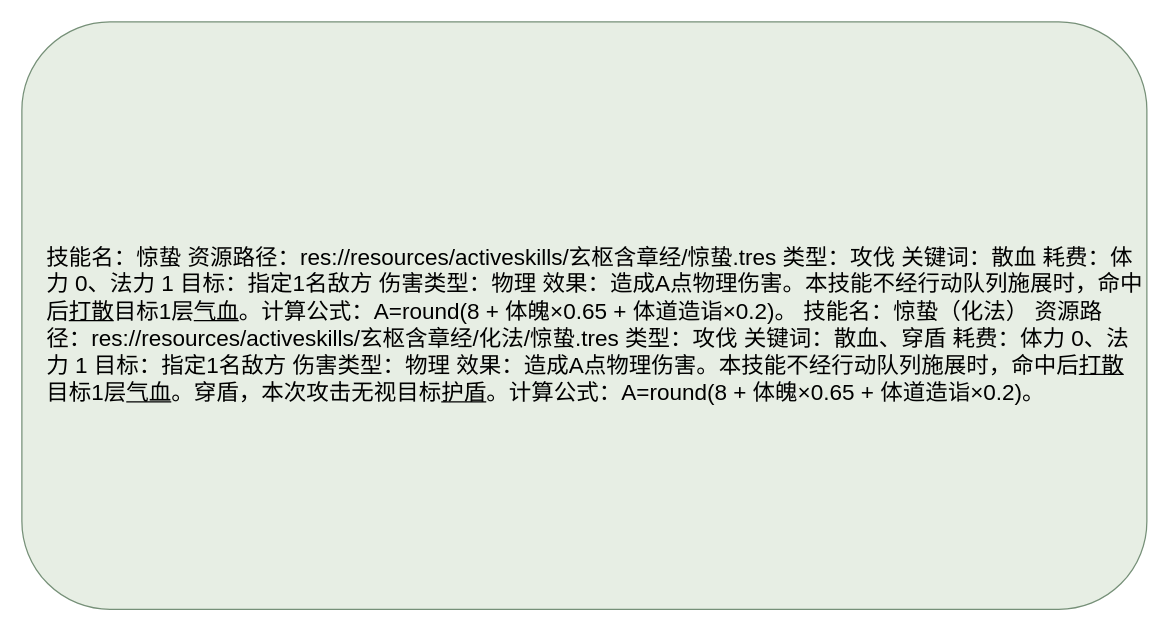
Earlier version of the draw.io diagram docs/卡牌词典/秘籍技能/玄枢含章经/惊蛰.drawio (ankundanetracyc-spec/tian-guan-you-du). Source tidied: cells renumbered, new cells numbered last; positions are measured from the earlier drawing's top-left corner, leaving out a move shared by most shapes. Both pictures are drawn from the tidied source at 125%, with x=0, y=0 at pixel (21, 21).
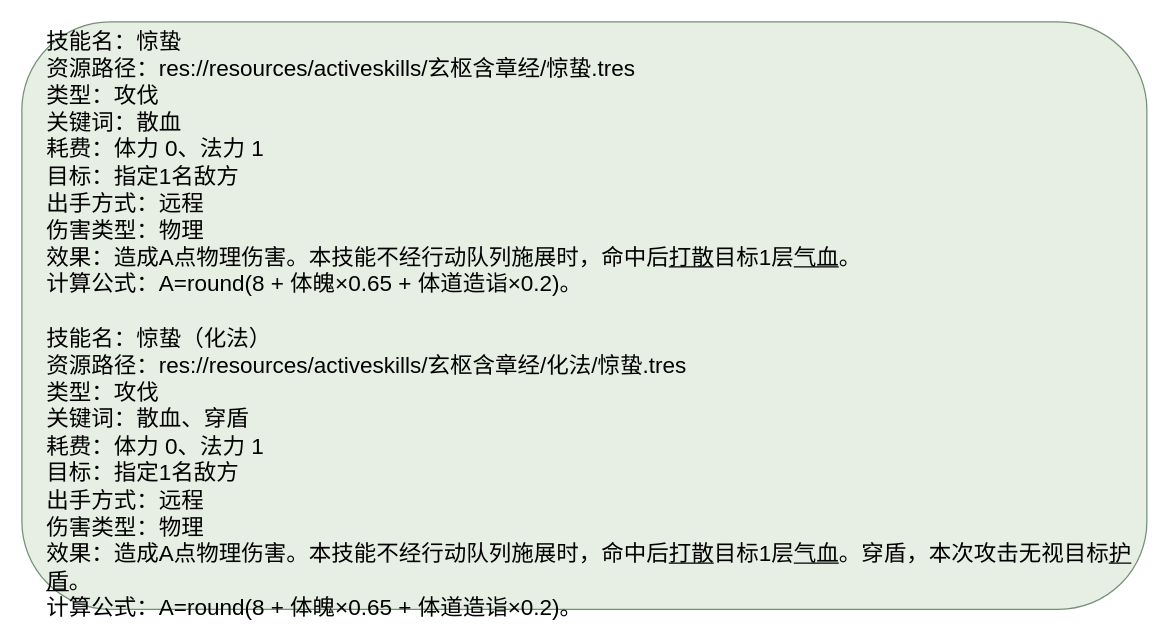
After the change.

The edit, as a diff of the source:
```diff
@@
 <mxGraphModel>
   <root>
     <mxCell id="0" />
     <mxCell id="1" parent="0" />
-    <mxCell id="2" value="技能名：惊蛰 资源路径：res://resources/activeskills/玄枢含章经/惊蛰.tres 类型：攻伐 关键词：散血 耗费：体力 0、法力 1 目标：指定1名敌方 伤害类型：物理 效果：造成A点物理伤害。本技能不经行动队列施展时，命中后&lt;u&gt;打散&lt;/u&gt;目标1层&lt;u&gt;气血&lt;/u&gt;。计算公式：A=round(8 + 体魄×0.65 + 体道造诣×0.2)。  技能名：惊蛰（化法） 资源路径：res://resources/activeskills/玄枢含章经/化法/惊蛰.tres 类型：攻伐 关键词：散血、穿盾 耗费：体力 0、法力 1 目标：指定1名敌方 伤害类型：物理 效果：造成A点物理伤害。本技能不经行动队列施展时，命中后&lt;u&gt;打散&lt;/u&gt;目标1层&lt;u&gt;气血&lt;/u&gt;。穿盾，本次攻击无视目标&lt;u&gt;护盾&lt;/u&gt;。计算公式：A=round(8 + 体魄×0.65 + 体道造诣×0.2)。" style="rounded=1;whiteSpace=wrap;html=1;fillColor=#e7eee4;strokeColor=#769078;fontSize=18;align=left;spacingLeft=18;spacingTop=16;" parent="1" vertex="1">
+    <mxCell id="2" value="技能名：惊蛰&lt;br&gt;资源路径：res://resources/activeskills/玄枢含章经/惊蛰.tres&lt;br&gt;类型：攻伐&lt;br&gt;关键词：散血&lt;br&gt;耗费：体力 0、法力 1&lt;br&gt;目标：指定1名敌方&lt;br&gt;出手方式：远程&lt;br&gt;伤害类型：物理&lt;br&gt;效果：造成A点物理伤害。本技能不经行动队列施展时，命中后&lt;u&gt;打散&lt;/u&gt;目标1层&lt;u&gt;气血&lt;/u&gt;。&lt;br&gt;计算公式：A=round(8 + 体魄×0.65 + 体道造诣×0.2)。&lt;br&gt;&lt;br&gt;技能名：惊蛰（化法）&lt;br&gt;资源路径：res://resources/activeskills/玄枢含章经/化法/惊蛰.tres&lt;br&gt;类型：攻伐&lt;br&gt;关键词：散血、穿盾&lt;br&gt;耗费：体力 0、法力 1&lt;br&gt;目标：指定1名敌方&lt;br&gt;出手方式：远程&lt;br&gt;伤害类型：物理&lt;br&gt;效果：造成A点物理伤害。本技能不经行动队列施展时，命中后&lt;u&gt;打散&lt;/u&gt;目标1层&lt;u&gt;气血&lt;/u&gt;。穿盾，本次攻击无视目标&lt;u&gt;护盾&lt;/u&gt;。&lt;br&gt;计算公式：A=round(8 + 体魄×0.65 + 体道造诣×0.2)。" style="rounded=1;whiteSpace=wrap;html=1;fillColor=#e7eee4;strokeColor=#769078;fontSize=18;align=left;spacingLeft=18;spacingTop=16;" parent="1" vertex="1">
       <mxGeometry width="900" height="470" as="geometry" />
     </mxCell>
   </root>
 </mxGraphModel>
```
